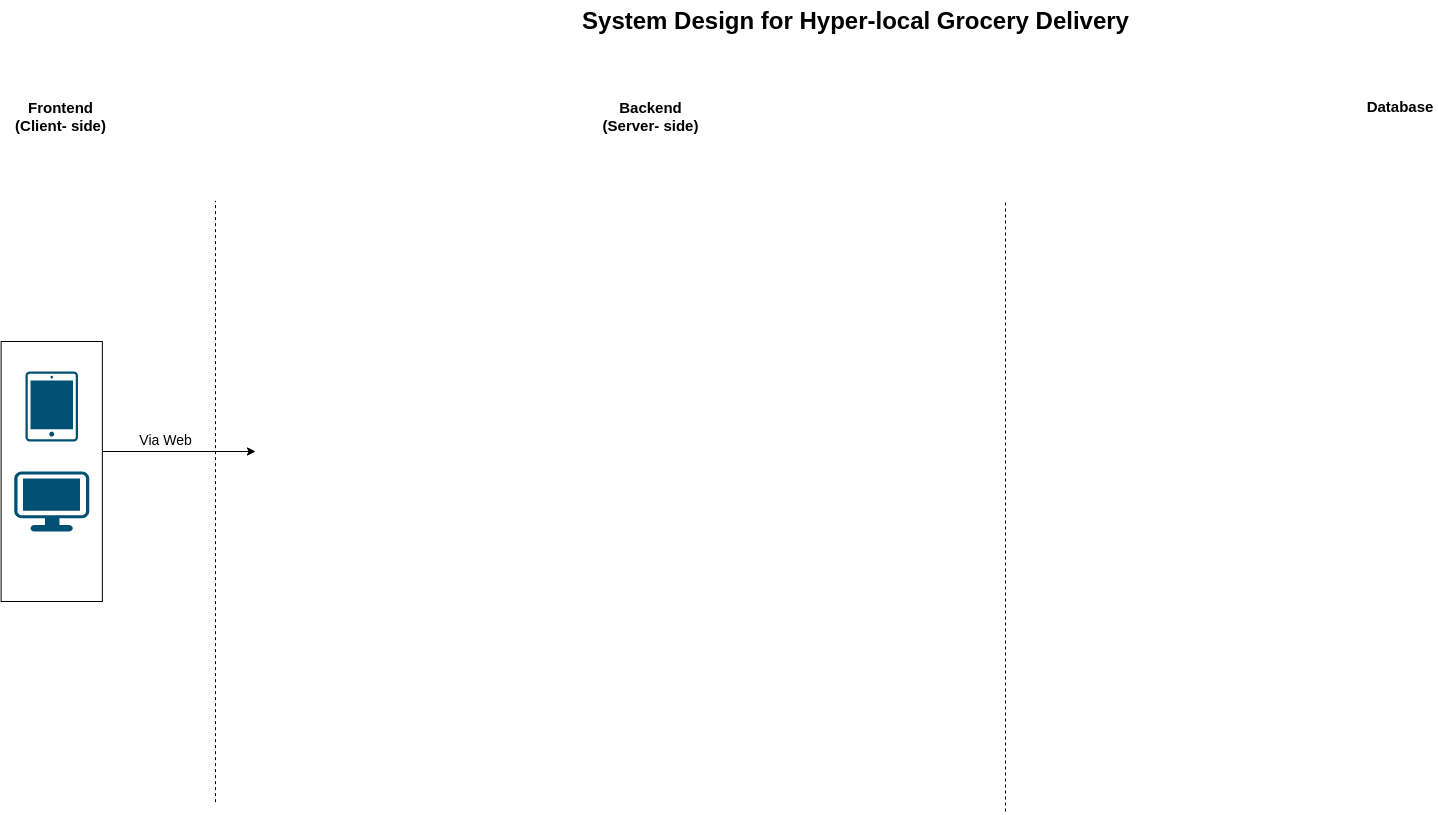
Earlier version of the draw.io export mytask.drawio.png (rushikesh-mallanath/draw). Source tidied: cells renumbered, new cells last; positions are measured from the earlier drawing's top-left corner, leaving out a move shared by most shapes.
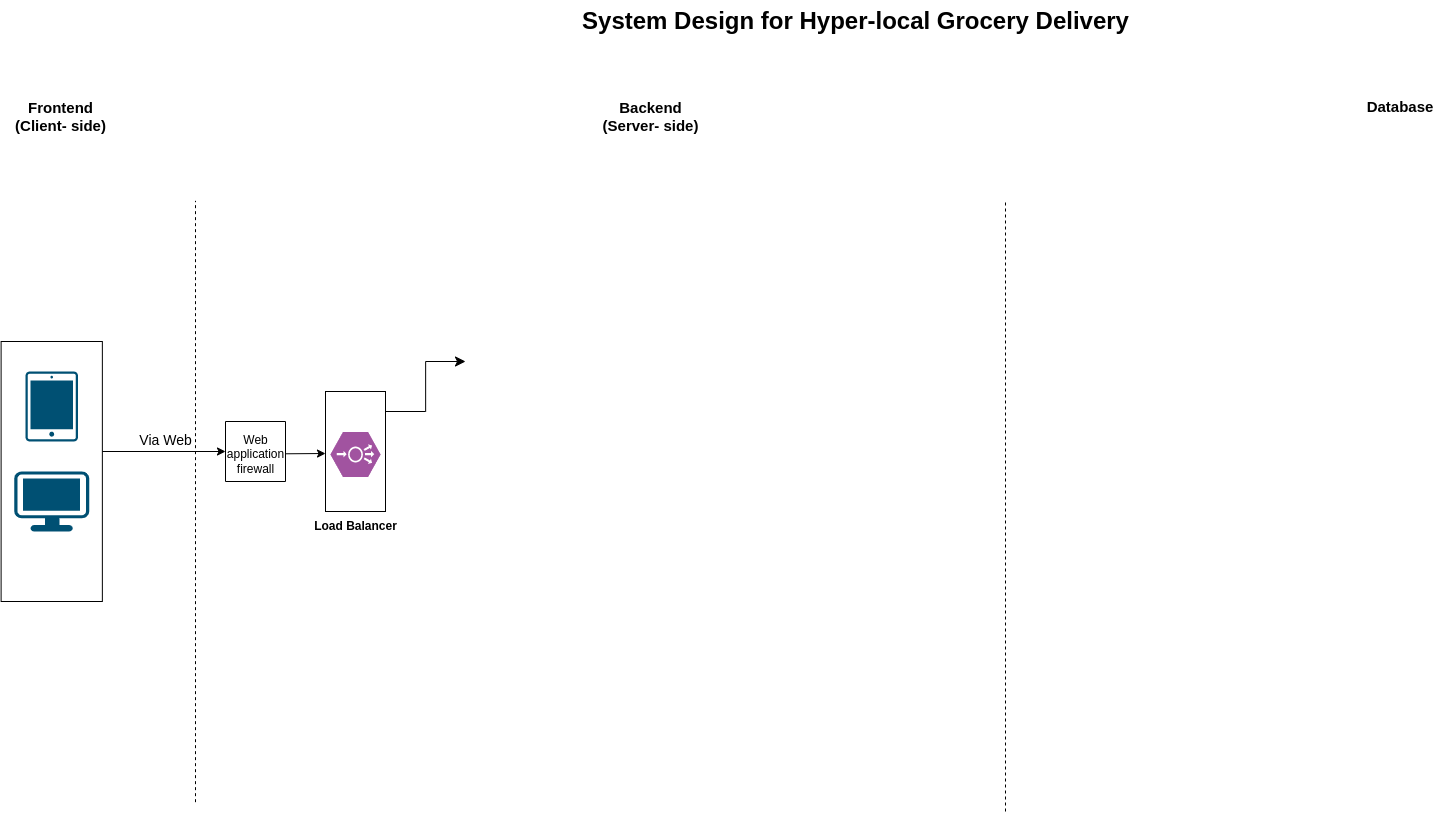
Later version of the same file.

Diff of the diagram source:
```diff
@@ -7,11 +7,10 @@
     </mxCell>
     <mxCell id="3" style="endArrow=none;dashed=1;html=1;rounded=0;" parent="1" edge="1">
       <mxGeometry relative="1" as="geometry">
-        <mxPoint x="214" y="800.7" as="sourcePoint" />
-        <mxPoint x="214" y="199.3" as="targetPoint" />
+        <mxPoint x="194" y="800.7" as="sourcePoint" />
+        <mxPoint x="194" y="199.3" as="targetPoint" />
         <Array as="points">
-          <mxPoint x="214" y="369.3" />
-          <mxPoint x="214" y="269.3" />
+          <mxPoint x="194" y="269.3" />
         </Array>
       </mxGeometry>
     </mxCell>
@@ -42,11 +41,38 @@
     <mxCell id="11" style="endArrow=classic;html=1;rounded=0;" parent="1" edge="1">
       <mxGeometry relative="1" as="geometry">
         <mxPoint x="100.9" y="450" as="sourcePoint" />
-        <mxPoint x="254" y="450" as="targetPoint" />
+        <mxPoint x="224" y="450" as="targetPoint" />
       </mxGeometry>
     </mxCell>
     <mxCell id="12" value="&lt;font style=&quot;font-size: 14px;&quot;&gt;Via Web&lt;/font&gt;" style="text;html=1;align=center;verticalAlign=middle;strokeColor=none;fillColor=none;" parent="1" vertex="1">
       <mxGeometry x="124" y="424" width="80" height="30" as="geometry" />
     </mxCell>
+    <mxCell id="13" style="swimlane;startSize=0;" parent="1" vertex="1">
+      <mxGeometry x="224" y="420" width="60" height="60" as="geometry" />
+    </mxCell>
+    <mxCell id="14" value="Web &lt;br&gt;application &lt;br&gt;firewall" style="text;html=1;align=center;verticalAlign=middle;strokeColor=none;fillColor=none;" parent="1" vertex="1">
+      <mxGeometry x="214" y="423" width="80" height="60" as="geometry" />
+    </mxCell>
+    <mxCell id="15" style="endArrow=classic;html=1;rounded=0;" parent="1" edge="1">
+      <mxGeometry relative="1" as="geometry">
+        <mxPoint x="284" y="452.3" as="sourcePoint" />
+        <mxPoint x="324" y="452" as="targetPoint" />
+      </mxGeometry>
+    </mxCell>
+    <mxCell id="16" style="rounded=0;whiteSpace=wrap;html=1;direction=south;" parent="1" vertex="1">
+      <mxGeometry x="324" y="390" width="60" height="120" as="geometry" />
+    </mxCell>
+    <mxCell id="17" style="verticalLabelPosition=bottom;sketch=0;html=1;fillColor=#A153A0;strokeColor=#ffffff;verticalAlign=top;align=center;shape=mxgraph.cisco_safe.compositeIcon;bgIcon=mxgraph.cisco_safe.design.blank_device;resIcon=mxgraph.cisco_safe.design.load_balancer;" parent="1" vertex="1">
+      <mxGeometry x="329" y="430.5" width="50" height="45" as="geometry" />
+    </mxCell>
+    <mxCell id="18" value="&lt;b&gt;Load&amp;nbsp;Balancer&lt;/b&gt;" style="text;html=1;align=center;verticalAlign=middle;strokeColor=none;fillColor=none;" parent="1" vertex="1">
+      <mxGeometry x="299" y="510" width="110" height="30" as="geometry" />
+    </mxCell>
+    <mxCell id="19" style="edgeStyle=elbowEdgeStyle;elbow=horizontal;endArrow=classic;html=1;curved=0;rounded=0;endSize=8;startSize=8;" parent="1" edge="1">
+      <mxGeometry relative="1" as="geometry">
+        <mxPoint x="384" y="410" as="sourcePoint" />
+        <mxPoint x="464" y="360" as="targetPoint" />
+      </mxGeometry>
+    </mxCell>
   </root>
 </mxGraphModel>
```
